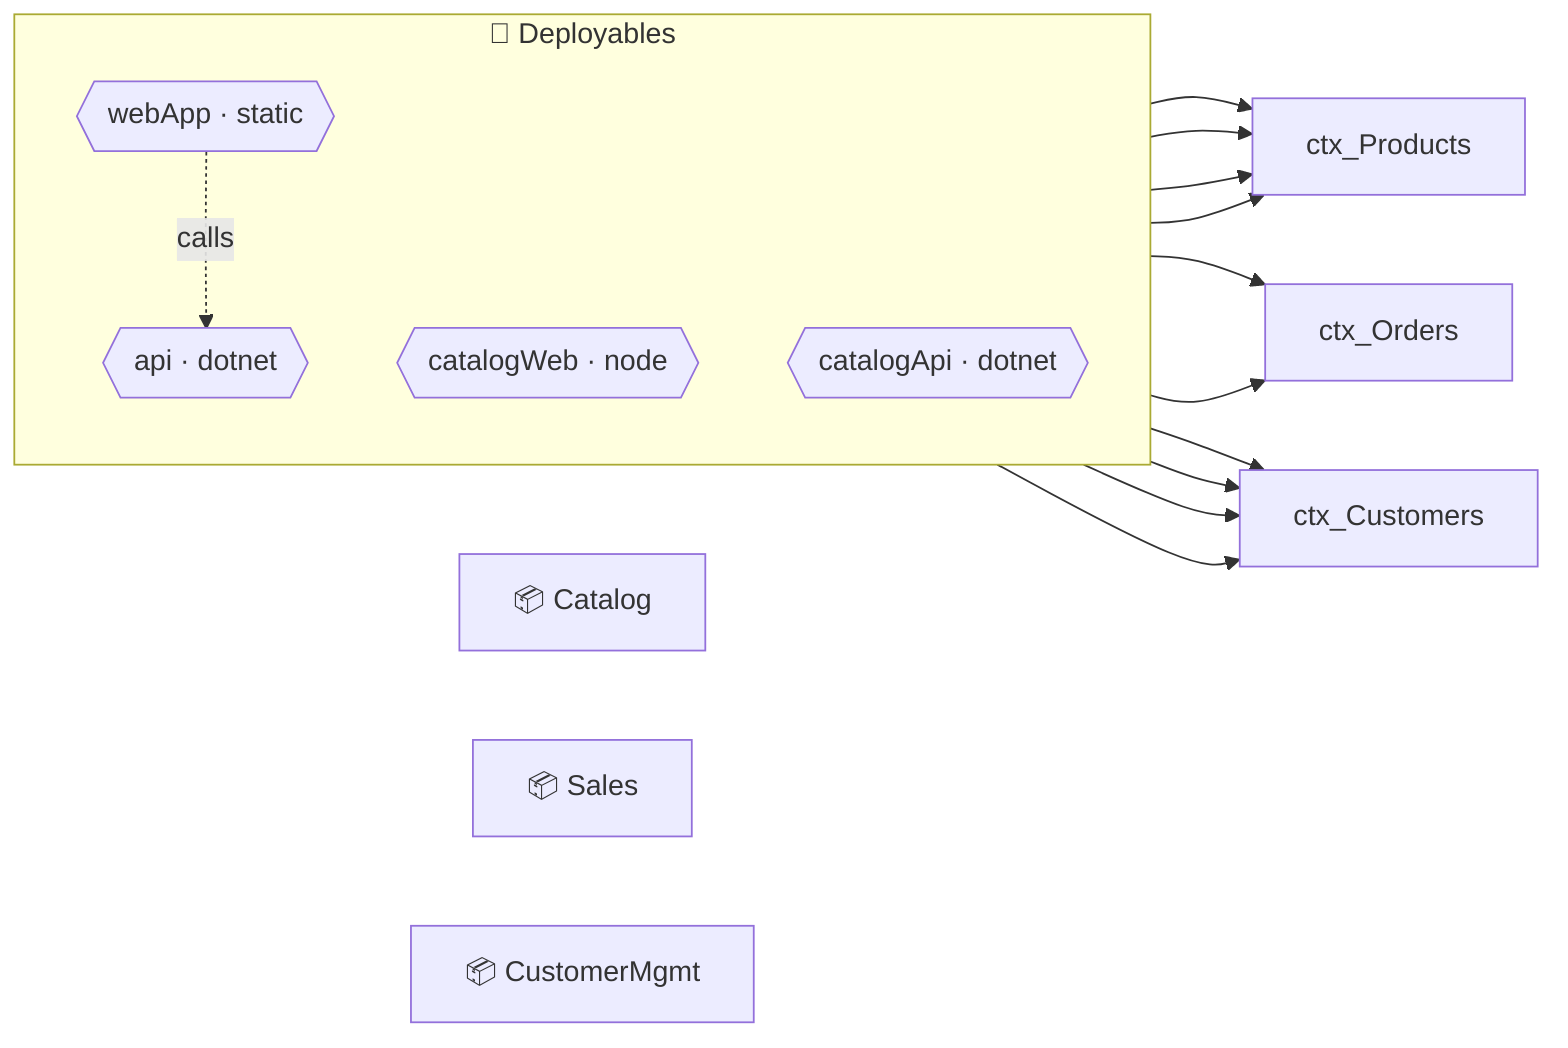
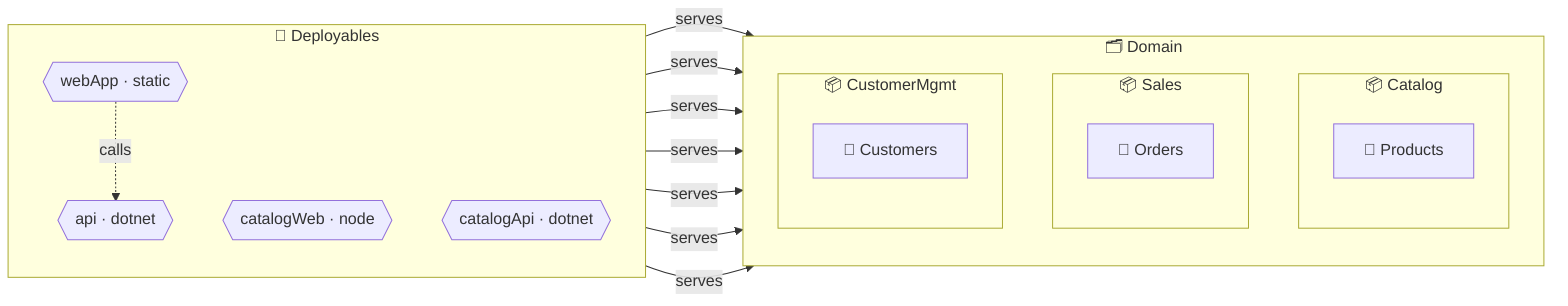
%% Loom deployment diagram — generated from the IR, do not edit by hand.
%% System: Acme
flowchart LR
-   mod_Catalog["📦 Catalog"]
-   mod_Sales["📦 Sales"]
-   mod_CustomerMgmt["📦 CustomerMgmt"]
+   subgraph domain["🗂️ Domain"]
+     direction TB
+     subgraph mod_Catalog["📦 Catalog"]
+       direction TB
+       ctx_Products["📁 Products"]
+     end
+     subgraph mod_Sales["📦 Sales"]
+       direction TB
+       ctx_Orders["📁 Orders"]
+     end
+     subgraph mod_CustomerMgmt["📦 CustomerMgmt"]
+       direction TB
+       ctx_Customers["📁 Customers"]
+     end
+   end
  subgraph deployables["🚀 Deployables"]
    direction TB
    deploy_api{{"api · dotnet"}}
    deploy_catalogWeb{{"catalogWeb · node"}}
    deploy_catalogApi{{"catalogApi · dotnet"}}
    deploy_webApp{{"webApp · static"}}
  end
-   deploy_api --> ctx_Products
-   deploy_api --> ctx_Orders
-   deploy_api --> ctx_Customers
-   deploy_catalogWeb --> ctx_Products
-   deploy_catalogWeb --> ctx_Customers
-   deploy_catalogApi --> ctx_Products
-   deploy_catalogApi --> ctx_Customers
-   deploy_webApp --> ctx_Products
-   deploy_webApp --> ctx_Orders
-   deploy_webApp --> ctx_Customers
+   deploy_api -->|serves| ctx_Products
+   deploy_api -->|serves| ctx_Orders
+   deploy_api -->|serves| ctx_Customers
+   deploy_catalogWeb -->|serves| ctx_Products
+   deploy_catalogWeb -->|serves| ctx_Customers
+   deploy_catalogApi -->|serves| ctx_Products
+   deploy_catalogApi -->|serves| ctx_Customers
  deploy_webApp -.->|calls| deploy_api
